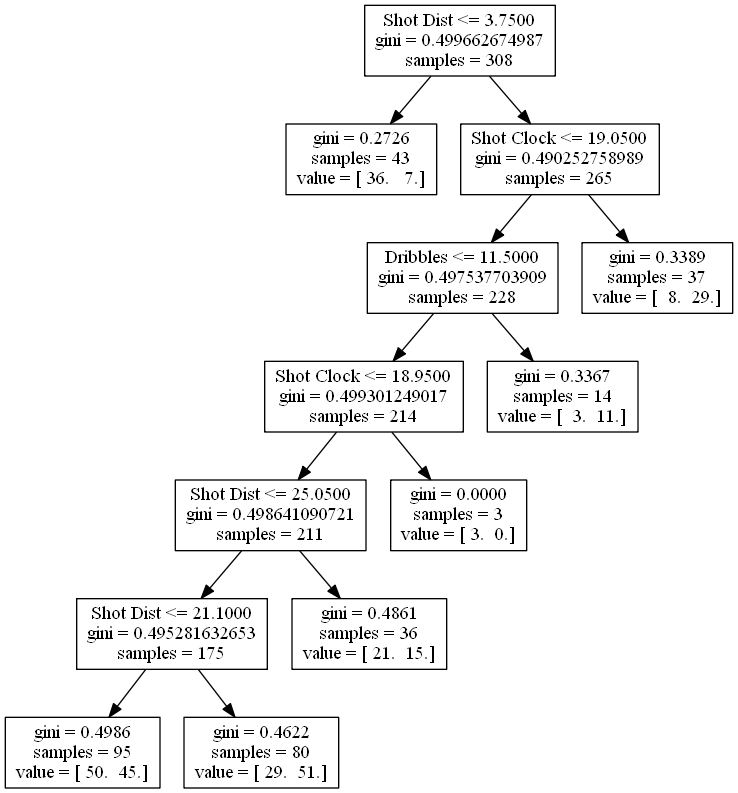
The Graphviz diagram stephen_curry.png in bveber/Analyze_NBA, before a commit. Its source is kept beside it as stephen_curry.dot.
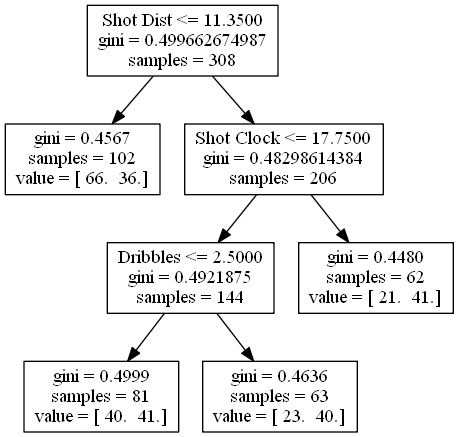
After the change.

What changed in the source:
```diff
@@ -1,27 +1,15 @@
 digraph Tree {
-0 [label="Shot Dist <= 3.7500\ngini = 0.499662674987\nsamples = 308", shape="box"] ;
-1 [label="gini = 0.2726\nsamples = 43\nvalue = [ 36.   7.]", shape="box"] ;
+0 [label="Shot Dist <= 11.3500\ngini = 0.499662674987\nsamples = 308", shape="box"] ;
+1 [label="gini = 0.4567\nsamples = 102\nvalue = [ 66.  36.]", shape="box"] ;
 0 -> 1 ;
-2 [label="Shot Clock <= 19.0500\ngini = 0.490252758989\nsamples = 265", shape="box"] ;
+2 [label="Shot Clock <= 17.7500\ngini = 0.48298614384\nsamples = 206", shape="box"] ;
 0 -> 2 ;
-3 [label="Dribbles <= 11.5000\ngini = 0.497537703909\nsamples = 228", shape="box"] ;
+3 [label="Dribbles <= 2.5000\ngini = 0.4921875\nsamples = 144", shape="box"] ;
 2 -> 3 ;
-4 [label="Shot Clock <= 18.9500\ngini = 0.499301249017\nsamples = 214", shape="box"] ;
+4 [label="gini = 0.4999\nsamples = 81\nvalue = [ 40.  41.]", shape="box"] ;
 3 -> 4 ;
-5 [label="Shot Dist <= 25.0500\ngini = 0.498641090721\nsamples = 211", shape="box"] ;
-4 -> 5 ;
-6 [label="Shot Dist <= 21.1000\ngini = 0.495281632653\nsamples = 175", shape="box"] ;
-5 -> 6 ;
-7 [label="gini = 0.4986\nsamples = 95\nvalue = [ 50.  45.]", shape="box"] ;
-6 -> 7 ;
-8 [label="gini = 0.4622\nsamples = 80\nvalue = [ 29.  51.]", shape="box"] ;
-6 -> 8 ;
-9 [label="gini = 0.4861\nsamples = 36\nvalue = [ 21.  15.]", shape="box"] ;
-5 -> 9 ;
-10 [label="gini = 0.0000\nsamples = 3\nvalue = [ 3.  0.]", shape="box"] ;
-4 -> 10 ;
-11 [label="gini = 0.3367\nsamples = 14\nvalue = [  3.  11.]", shape="box"] ;
-3 -> 11 ;
-12 [label="gini = 0.3389\nsamples = 37\nvalue = [  8.  29.]", shape="box"] ;
-2 -> 12 ;
+5 [label="gini = 0.4636\nsamples = 63\nvalue = [ 23.  40.]", shape="box"] ;
+3 -> 5 ;
+6 [label="gini = 0.4480\nsamples = 62\nvalue = [ 21.  41.]", shape="box"] ;
+2 -> 6 ;
 }
```
